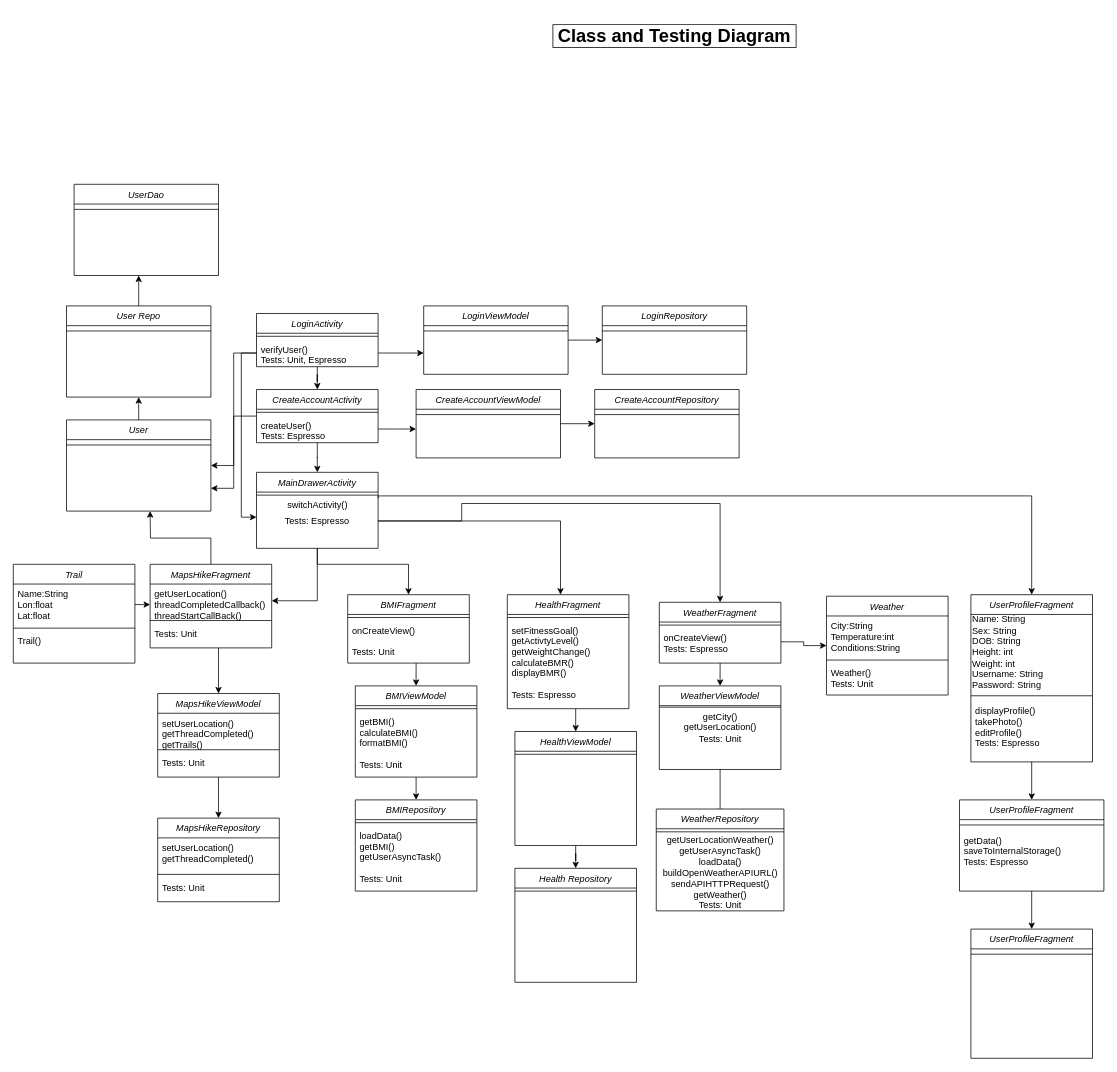
austincunliffe/AustinEvanWill keeps this draw.io diagram as page "Page-1" (1 of 2) of ClassDiagrams/ClassDiagramProject1.drawio. Above is the earlier version. Source tidied: cells renumbered, new cells numbered last; positions are measured from the earlier drawing's top-left corner, leaving out a move shared by most shapes. Both pictures are drawn from the tidied source at 76%, with x=0, y=0 at pixel (13, 24).
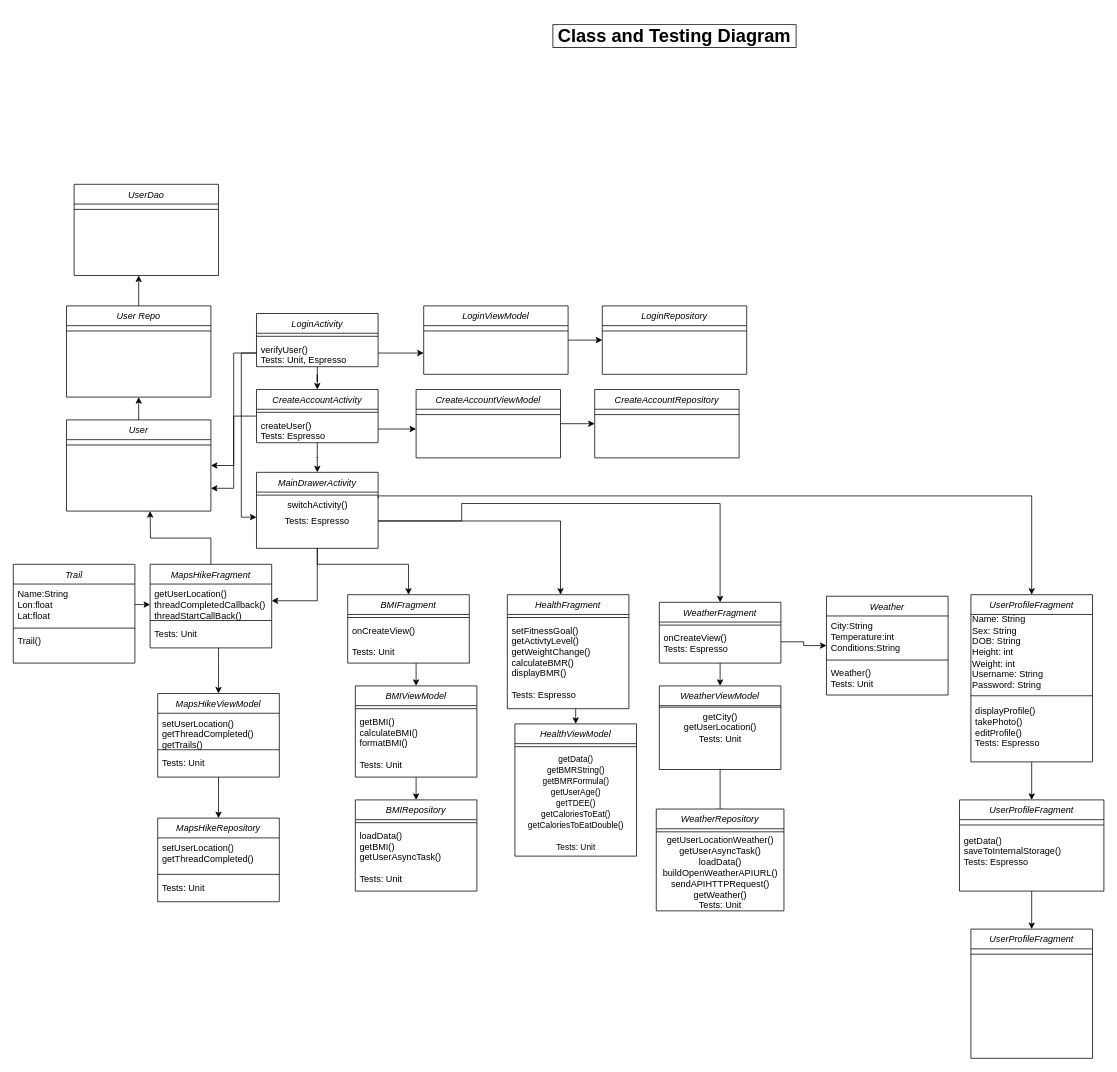
After the change.

Unchanged cells that the change refers to:
```xml
<mxCell id="44" value="setFitnessGoal()&#10;getActivtyLevel()&#10;getWeightChange()&#10;calculateBMR()&#10;displayBMR()&#10;&#10;Tests: Espresso" style="text;align=left;verticalAlign=top;spacingLeft=4;spacingRight=4;overflow=hidden;points=[[0,0.5],[1,0.5]];portConstraint=eastwest;" parent="42" vertex="1">
  <mxGeometry y="34" width="160" height="116" as="geometry" />
</mxCell>
```

The edit, as a diff of the source:
```diff
@@
-    <mxCell id="104" style="edgeStyle=orthogonalEdgeStyle;rounded=0;jettySize=auto;html=1;entryX=0.5;entryY=0;entryDx=0;entryDy=0;" parent="1" edge="1" source="107" target="105">
-      <mxGeometry relative="1" as="geometry" />
-    </mxCell>
-    <mxCell id="105" value="Health Repository" style="swimlane;fontStyle=2;align=center;verticalAlign=top;horizontal=1;startSize=26;rounded=0;shadow=0;strokeWidth=1;" parent="1" vertex="1">
-      <mxGeometry x="660" y="1110" width="160" height="150" as="geometry" />
-    </mxCell>
-    <mxCell id="106" style="line;html=1;strokeWidth=1;align=left;verticalAlign=middle;spacingTop=-1;spacingLeft=3;spacingRight=3;labelPosition=right;" parent="105" vertex="1">
-      <mxGeometry y="26" width="160" height="8" as="geometry" />
-    </mxCell>
+    <mxCell id="109" style="edgeStyle=orthogonalEdgeStyle;rounded=0;jettySize=auto;html=1;entryX=0.5;entryY=0;entryDx=0;entryDy=0;" parent="1" edge="1" source="44" target="107">
+      <mxGeometry relative="1" as="geometry">
+        <Array as="points">
+          <mxPoint x="740" y="910" />
+          <mxPoint x="740" y="910" />
+        </Array>
+      </mxGeometry>
+    </mxCell>
     <mxCell id="107" value="HealthViewModel" style="swimlane;fontStyle=2;align=center;verticalAlign=top;horizontal=1;startSize=26;rounded=0;shadow=0;strokeWidth=1;" parent="1" vertex="1">
-      <mxGeometry x="660" y="930" width="160" height="150" as="geometry" />
+      <mxGeometry x="660" y="920" width="160" height="174" as="geometry" />
     </mxCell>
@@
-    <mxCell id="109" style="edgeStyle=orthogonalEdgeStyle;rounded=0;jettySize=auto;html=1;entryX=0.5;entryY=0;entryDx=0;entryDy=0;" parent="1" edge="1" source="44" target="107">
-      <mxGeometry relative="1" as="geometry">
-        <Array as="points">
-          <mxPoint x="740" y="910" />
-          <mxPoint x="740" y="910" />
-        </Array>
-      </mxGeometry>
-    </mxCell>
+    <mxCell id="110" value="&lt;font style=&quot;font-size: 11px&quot;&gt;&lt;span style=&quot;text-align: left&quot;&gt;getData()&lt;/span&gt;&lt;br style=&quot;padding: 0px ; margin: 0px ; text-align: left&quot;&gt;&lt;span style=&quot;text-align: left&quot;&gt;getBMRString()&lt;/span&gt;&lt;br style=&quot;padding: 0px ; margin: 0px ; text-align: left&quot;&gt;&lt;span style=&quot;text-align: left&quot;&gt;getBMRFormula()&lt;br&gt;&lt;/span&gt;getUserAge()&lt;br&gt;getTDEE()&lt;br&gt;getCaloriesToEat()&lt;br&gt;getCaloriesToEatDouble()&lt;br style=&quot;padding: 0px ; margin: 0px ; text-align: left&quot;&gt;&lt;br style=&quot;padding: 0px ; margin: 0px ; text-align: left&quot;&gt;&lt;span style=&quot;text-align: left&quot;&gt;Tests: Unit&lt;/span&gt;&lt;/font&gt;" style="text;html=1;align=center;verticalAlign=middle;" parent="107" vertex="1">
+      <mxGeometry y="34" width="160" height="140" as="geometry" />
+    </mxCell>
```
